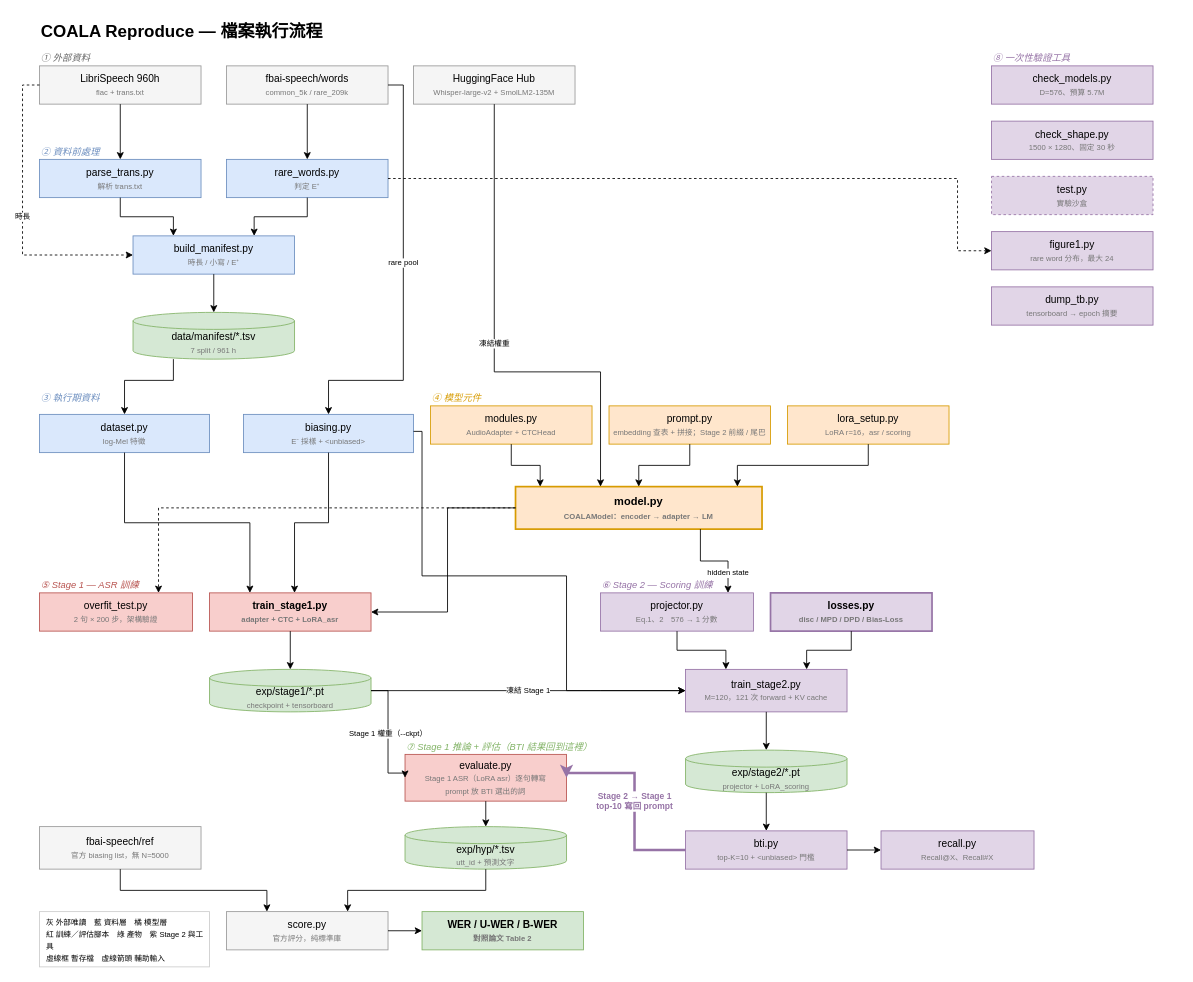
Above: docs/COALA_pipeline.drawio in acheeeee/COALA_reproduce (draw.io), before the change. Source tidied: cells renumbered, new cells numbered last; positions are measured from the earlier drawing's top-left corner, leaving out a move shared by most shapes. Both pictures are drawn from the tidied source at 85%, with x=0, y=0 at pixel (22, 14).
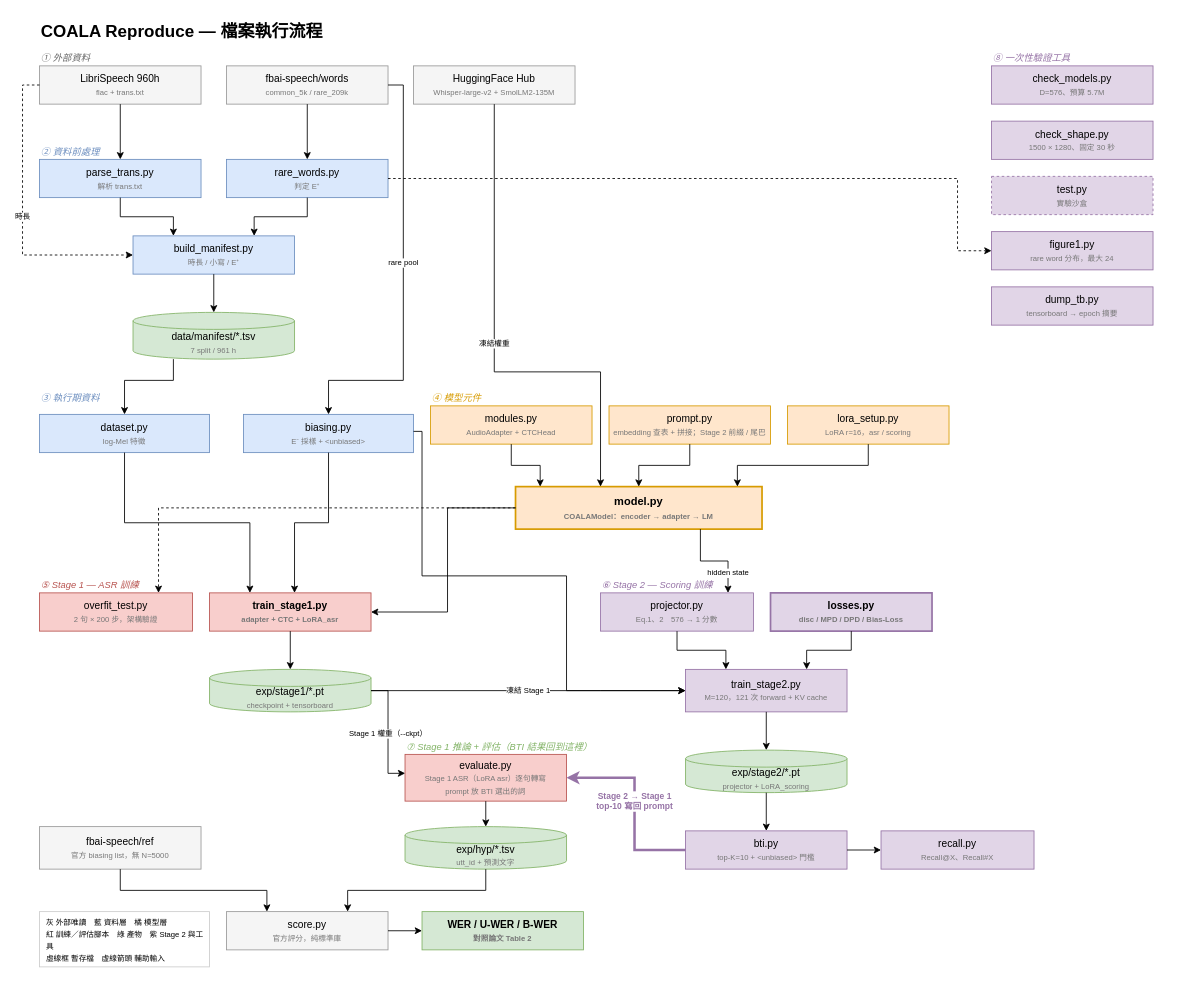
The same page after the edit.

Commit message (it also covers changes not shown here):
diagram: re-export after manual layout fixes

The change refers to these unchanged cells:
```xml
<mxCell id="23" value="exp/stage1/*.pt&lt;br&gt;&lt;font style=&quot;font-size: 9px;&quot; color=&quot;#777777&quot;&gt;checkpoint + tensorboard&lt;/font&gt;" style="shape=cylinder3;whiteSpace=wrap;html=1;boundedLbl=1;backgroundOutline=1;size=10;fillColor=#d5e8d4;strokeColor=#82b366;fontSize=12;" parent="1" vertex="1">
  <mxGeometry x="220" y="770" width="190" height="50" as="geometry" />
</mxCell>
<mxCell id="29" value="bti.py&lt;br&gt;&lt;font style=&quot;font-size: 9px;&quot; color=&quot;#777777&quot;&gt;top-K=10 + &amp;lt;unbiased&amp;gt; 門檻&lt;/font&gt;" style="rounded=0;whiteSpace=wrap;html=1;fillColor=#e1d5e7;strokeColor=#9673a6;fontSize=12;" parent="1" vertex="1">
  <mxGeometry x="780" y="960" width="190" height="45" as="geometry" />
</mxCell>
<mxCell id="32" value="evaluate.py&lt;br&gt;&lt;font style=&quot;font-size: 9px;&quot; color=&quot;#777777&quot;&gt;Stage 1 ASR（LoRA asr）逐句轉寫&lt;br&gt;prompt 放 BTI 選出的詞&lt;/font&gt;" style="rounded=0;whiteSpace=wrap;html=1;fillColor=#f8cecc;strokeColor=#b85450;fontSize=12;" parent="1" vertex="1">
  <mxGeometry x="450" y="870" width="190" height="55" as="geometry" />
</mxCell>
```

Diff of the diagram source:
```diff
@@
-    <mxCell id="61" value="Stage 1 權重（--ckpt）" style="edgeStyle=orthogonalEdgeStyle;rounded=0;html=1;exitX=1;exitY=0.5;entryX=0;entryY=0.5;fontSize=9;" parent="1" edge="1" source="23" target="32">
-      <mxGeometry relative="1" as="geometry">
+    <mxCell id="61" value="Stage 1 權重（--ckpt）" style="edgeStyle=orthogonalEdgeStyle;rounded=0;html=1;exitX=1;exitY=0.5;entryX=0.001;entryY=0.405;fontSize=9;entryDx=0;entryDy=0;entryPerimeter=0;" parent="1" edge="1" source="23" target="32">
+      <mxGeometry x="0.03" relative="1" as="geometry">
         <Array as="points">
           <mxPoint x="430" y="795" />
-          <mxPoint x="430" y="892" />
+          <mxPoint x="430" y="892.3" />
         </Array>
       </mxGeometry>
     </mxCell>
@@
     <mxCell id="74" value="Stage 2 → Stage 1&lt;br&gt;top-10 寫回 prompt" style="edgeStyle=orthogonalEdgeStyle;rounded=0;html=1;exitX=0;exitY=0.5;entryX=1;entryY=0.5;fontSize=10;strokeColor=#9673a6;strokeWidth=3;fontColor=#9673a6;fontStyle=1;" parent="1" edge="1" source="29" target="32">
-      <mxGeometry relative="1" as="geometry">
+      <mxGeometry x="0.05" relative="1" as="geometry">
         <Array as="points">
-          <mxPoint x="720" y="982" />
-          <mxPoint x="720" y="892" />
+          <mxPoint x="720" y="982.5" />
+          <mxPoint x="720" y="897.5" />
         </Array>
       </mxGeometry>
     </mxCell>
```
